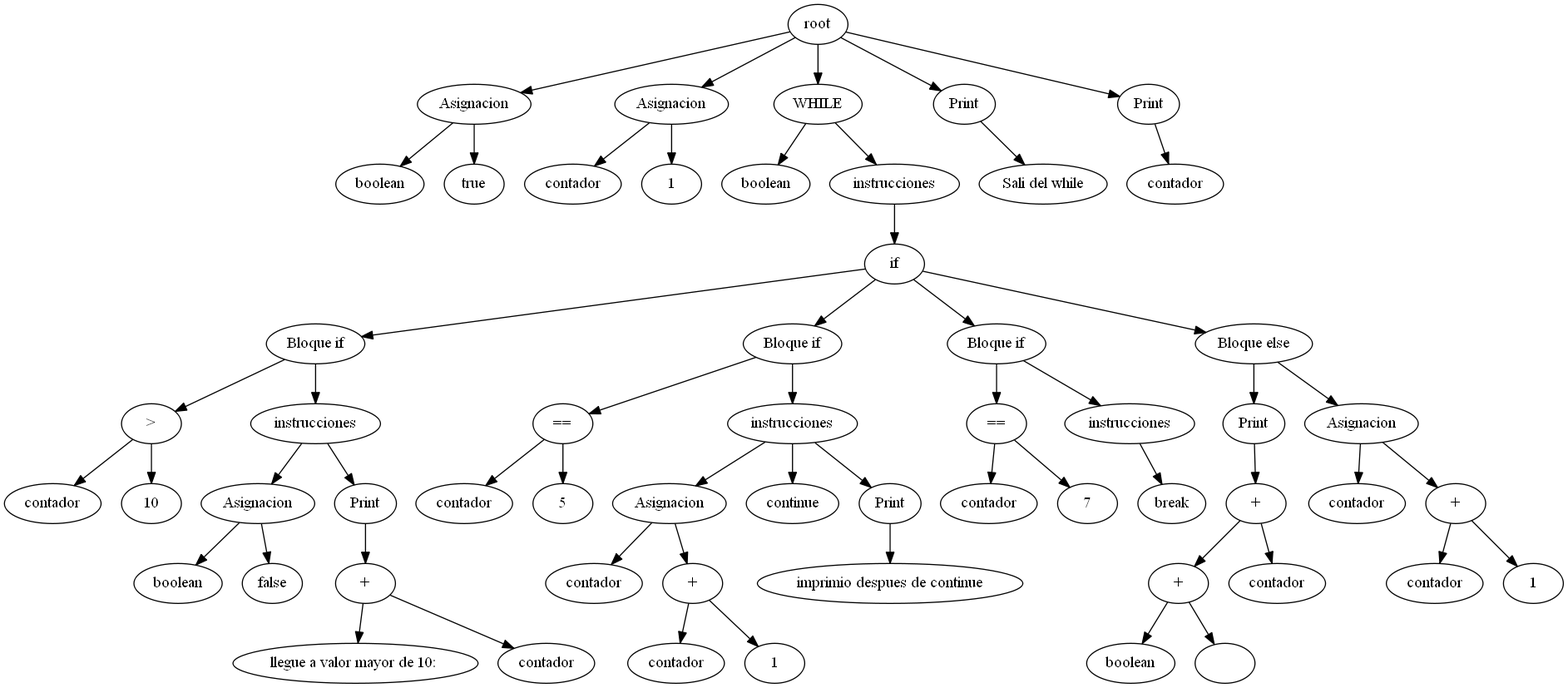
Above: SoftwareArit/AST.png in EverChicas/ARIT (Graphviz), before the change. Its source is kept beside it as SoftwareArit/AST.dot. Its diagram source:
```dot
digraph G{
59 [label = "root"];
2 [label = "boolean"];
3 [label = "Asignacion"];
3 -> 2;
1 [label = "true"];
3 [label = "Asignacion"];
3 -> 1;
5 [label = "contador"];
6 [label = "Asignacion"];
6 -> 5;
4 [label = "1"];
6 [label = "Asignacion"];
6 -> 4;
7 [label = "boolean"];
54 [label = "WHILE"];
54 -> 7;
53[label = "instrucciones"];
52[label = "if"];
8 [label = "contador"];
10 [label = ">"];
10 -> 8;
9 [label = "10"];
10 [label = ">"];
10 -> 9;
19 [label = "Bloque if"];
19 -> 10;
18[label = "instrucciones"];
12 [label = "boolean"];
13 [label = "Asignacion"];
13 -> 12;
11 [label = "false"];
13 [label = "Asignacion"];
13 -> 11;
14 [label = "llegue a valor mayor de 10: "];
16 [label = "+"];
16 -> 14;
15 [label = "contador"];
16 [label = "+"];
16 -> 15;
17 [label = "Print"];
17 -> 16;
18 -> 13;
18 -> 17;
19 [label = "Bloque if"];
19 -> 18;
20 [label = "contador"];
22 [label = "=="];
22 -> 20;
21 [label = "5"];
22 [label = "=="];
22 -> 21;
32 [label = "Bloque if"];
32 -> 22;
31[label = "instrucciones"];
26 [label = "contador"];
27 [label = "Asignacion"];
27 -> 26;
23 [label = "contador"];
25 [label = "+"];
25 -> 23;
24 [label = "1"];
25 [label = "+"];
25 -> 24;
27 [label = "Asignacion"];
27 -> 25;
28 [label = "continue"];
29 [label = "imprimio despues de continue"];
30 [label = "Print"];
30 -> 29;
31 -> 27;
31 -> 28;
31 -> 30;
32 [label = "Bloque if"];
32 -> 31;
33 [label = "contador"];
35 [label = "=="];
35 -> 33;
34 [label = "7"];
35 [label = "=="];
35 -> 34;
38 [label = "Bloque if"];
38 -> 35;
37[label = "instrucciones"];
36 [label = "break"];
37 -> 36;
38 [label = "Bloque if"];
38 -> 37;
51[label = "Bloque else"];
39 [label = "boolean"];
41 [label = "+"];
41 -> 39;
40 [label = " "];
41 [label = "+"];
41 -> 40;
43 [label = "+"];
43 -> 41;
42 [label = "contador"];
43 [label = "+"];
43 -> 42;
44 [label = "Print"];
44 -> 43;
48 [label = "contador"];
49 [label = "Asignacion"];
49 -> 48;
45 [label = "contador"];
47 [label = "+"];
47 -> 45;
46 [label = "1"];
47 [label = "+"];
47 -> 46;
49 [label = "Asignacion"];
49 -> 47;
51 -> 44;
51 -> 49;
52 -> 19;
52 -> 32;
52 -> 38;
52 -> 51;
53 -> 52;
54 [label = "WHILE"];
54 -> 53;
55 [label = "Sali del while"];
56 [label = "Print"];
56 -> 55;
57 [label = "contador"];
58 [label = "Print"];
58 -> 57;
59 -> 3;
59 -> 6;
59 -> 54;
59 -> 56;
59 -> 58;

}
```
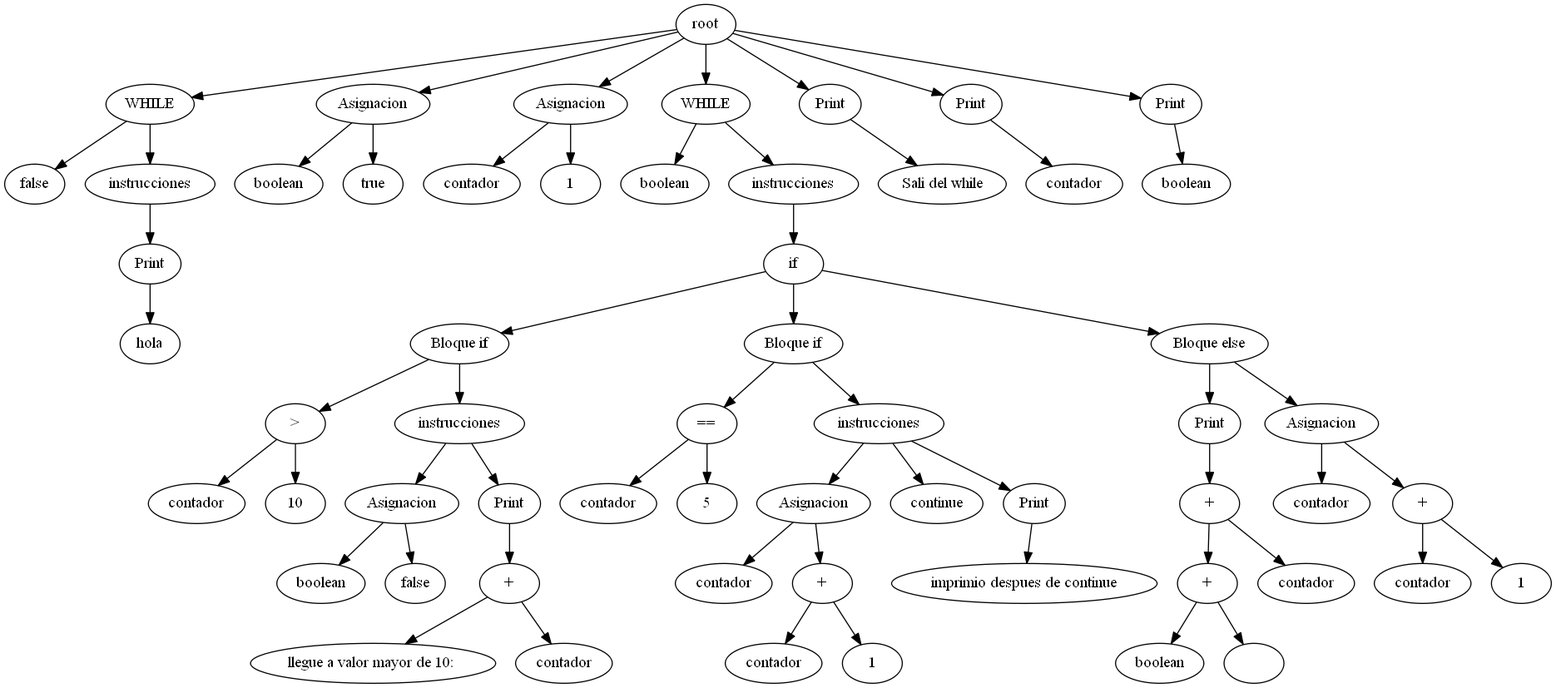
The same diagram one commit later.

Diff of the diagram source:
```diff
@@ -1,135 +1,136 @@
 digraph G{
-59 [label = "root"];
-2 [label = "boolean"];
-3 [label = "Asignacion"];
+60 [label = "root"];
+1 [label = "false"];
+5 [label = "WHILE"];
+5 -> 1;
+4[label = "instrucciones"];
+2 [label = "hola"];
+3 [label = "Print"];
 3 -> 2;
-1 [label = "true"];
-3 [label = "Asignacion"];
-3 -> 1;
-5 [label = "contador"];
-6 [label = "Asignacion"];
-6 -> 5;
-4 [label = "1"];
-6 [label = "Asignacion"];
-6 -> 4;
+4 -> 3;
+5 [label = "WHILE"];
+5 -> 4;
 7 [label = "boolean"];
-54 [label = "WHILE"];
-54 -> 7;
-53[label = "instrucciones"];
-52[label = "if"];
-8 [label = "contador"];
-10 [label = ">"];
-10 -> 8;
-9 [label = "10"];
-10 [label = ">"];
-10 -> 9;
-19 [label = "Bloque if"];
-19 -> 10;
-18[label = "instrucciones"];
+8 [label = "Asignacion"];
+8 -> 7;
+6 [label = "true"];
+8 [label = "Asignacion"];
+8 -> 6;
+10 [label = "contador"];
+11 [label = "Asignacion"];
+11 -> 10;
+9 [label = "1"];
+11 [label = "Asignacion"];
+11 -> 9;
 12 [label = "boolean"];
-13 [label = "Asignacion"];
-13 -> 12;
-11 [label = "false"];
-13 [label = "Asignacion"];
-13 -> 11;
-14 [label = "llegue a valor mayor de 10: "];
-16 [label = "+"];
-16 -> 14;
-15 [label = "contador"];
-16 [label = "+"];
-16 -> 15;
-17 [label = "Print"];
-17 -> 16;
-18 -> 13;
+53 [label = "WHILE"];
+53 -> 12;
+52[label = "instrucciones"];
+51[label = "if"];
+13 [label = "contador"];
+15 [label = ">"];
+15 -> 13;
+14 [label = "10"];
+15 [label = ">"];
+15 -> 14;
+24 [label = "Bloque if"];
+24 -> 15;
+23[label = "instrucciones"];
+17 [label = "boolean"];
+18 [label = "Asignacion"];
 18 -> 17;
-19 [label = "Bloque if"];
-19 -> 18;
+16 [label = "false"];
+18 [label = "Asignacion"];
+18 -> 16;
+19 [label = "llegue a valor mayor de 10: "];
+21 [label = "+"];
+21 -> 19;
 20 [label = "contador"];
-22 [label = "=="];
-22 -> 20;
-21 [label = "5"];
-22 [label = "=="];
+21 [label = "+"];
+21 -> 20;
+22 [label = "Print"];
 22 -> 21;
-32 [label = "Bloque if"];
-32 -> 22;
-31[label = "instrucciones"];
-26 [label = "contador"];
-27 [label = "Asignacion"];
+23 -> 18;
+23 -> 22;
+24 [label = "Bloque if"];
+24 -> 23;
+25 [label = "contador"];
+27 [label = "=="];
+27 -> 25;
+26 [label = "5"];
+27 [label = "=="];
 27 -> 26;
-23 [label = "contador"];
-25 [label = "+"];
-25 -> 23;
-24 [label = "1"];
-25 [label = "+"];
-25 -> 24;
-27 [label = "Asignacion"];
-27 -> 25;
-28 [label = "continue"];
-29 [label = "imprimio despues de continue"];
-30 [label = "Print"];
+37 [label = "Bloque if"];
+37 -> 27;
+36[label = "instrucciones"];
+31 [label = "contador"];
+32 [label = "Asignacion"];
+32 -> 31;
+28 [label = "contador"];
+30 [label = "+"];
+30 -> 28;
+29 [label = "1"];
+30 [label = "+"];
 30 -> 29;
-31 -> 27;
-31 -> 28;
-31 -> 30;
-32 [label = "Bloque if"];
-32 -> 31;
-33 [label = "contador"];
-35 [label = "=="];
-35 -> 33;
-34 [label = "7"];
-35 [label = "=="];
+32 [label = "Asignacion"];
+32 -> 30;
+33 [label = "continue"];
+34 [label = "imprimio despues de continue"];
+35 [label = "Print"];
 35 -> 34;
-38 [label = "Bloque if"];
-38 -> 35;
-37[label = "instrucciones"];
-36 [label = "break"];
+36 -> 32;
+36 -> 33;
+36 -> 35;
+37 [label = "Bloque if"];
 37 -> 36;
-38 [label = "Bloque if"];
-38 -> 37;
-51[label = "Bloque else"];
-39 [label = "boolean"];
-41 [label = "+"];
-41 -> 39;
-40 [label = " "];
-41 [label = "+"];
-41 -> 40;
-43 [label = "+"];
-43 -> 41;
-42 [label = "contador"];
-43 [label = "+"];
+50[label = "Bloque else"];
+38 [label = "boolean"];
+40 [label = "+"];
+40 -> 38;
+39 [label = " "];
+40 [label = "+"];
+40 -> 39;
+42 [label = "+"];
+42 -> 40;
+41 [label = "contador"];
+42 [label = "+"];
+42 -> 41;
+43 [label = "Print"];
 43 -> 42;
-44 [label = "Print"];
-44 -> 43;
-48 [label = "contador"];
-49 [label = "Asignacion"];
-49 -> 48;
-45 [label = "contador"];
-47 [label = "+"];
-47 -> 45;
-46 [label = "1"];
-47 [label = "+"];
-47 -> 46;
-49 [label = "Asignacion"];
-49 -> 47;
-51 -> 44;
-51 -> 49;
-52 -> 19;
-52 -> 32;
-52 -> 38;
+47 [label = "contador"];
+48 [label = "Asignacion"];
+48 -> 47;
+44 [label = "contador"];
+46 [label = "+"];
+46 -> 44;
+45 [label = "1"];
+46 [label = "+"];
+46 -> 45;
+48 [label = "Asignacion"];
+48 -> 46;
+50 -> 43;
+50 -> 48;
+51 -> 24;
+51 -> 37;
+51 -> 50;
 52 -> 51;
+53 [label = "WHILE"];
 53 -> 52;
-54 [label = "WHILE"];
-54 -> 53;
-55 [label = "Sali del while"];
-56 [label = "Print"];
-56 -> 55;
-57 [label = "contador"];
-58 [label = "Print"];
-58 -> 57;
-59 -> 3;
-59 -> 6;
-59 -> 54;
-59 -> 56;
+54 [label = "Sali del while"];
+55 [label = "Print"];
+55 -> 54;
+56 [label = "contador"];
+57 [label = "Print"];
+57 -> 56;
+58 [label = "boolean"];
+59 [label = "Print"];
 59 -> 58;
+60 -> 5;
+60 -> 8;
+60 -> 11;
+60 -> 53;
+60 -> 55;
+60 -> 57;
+60 -> 59;
 
 }
```
